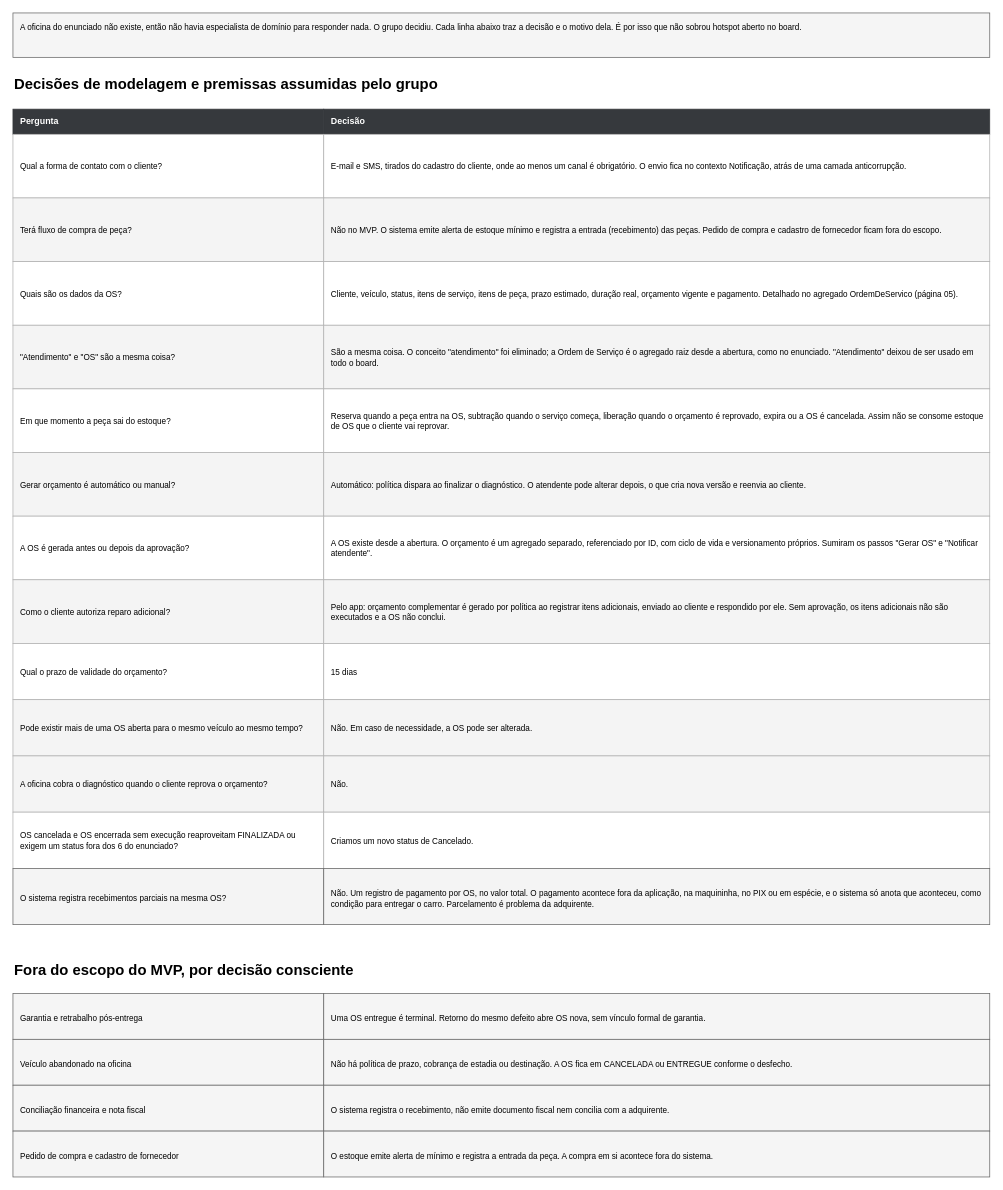
The draw.io diagram page "08 - Decisões de Modelagem e Premissas" (9 of 10) of Docs/Oficina_EventStorming_v2.drawio in mtpvieira/OficinaDigital, before the edit. Source tidied: cells renumbered, new cells numbered last; positions are measured from the earlier drawing's top-left corner, leaving out a move shared by most shapes. Both pictures are drawn from the tidied source at 74%, with x=0, y=0 at pixel (13, 13).
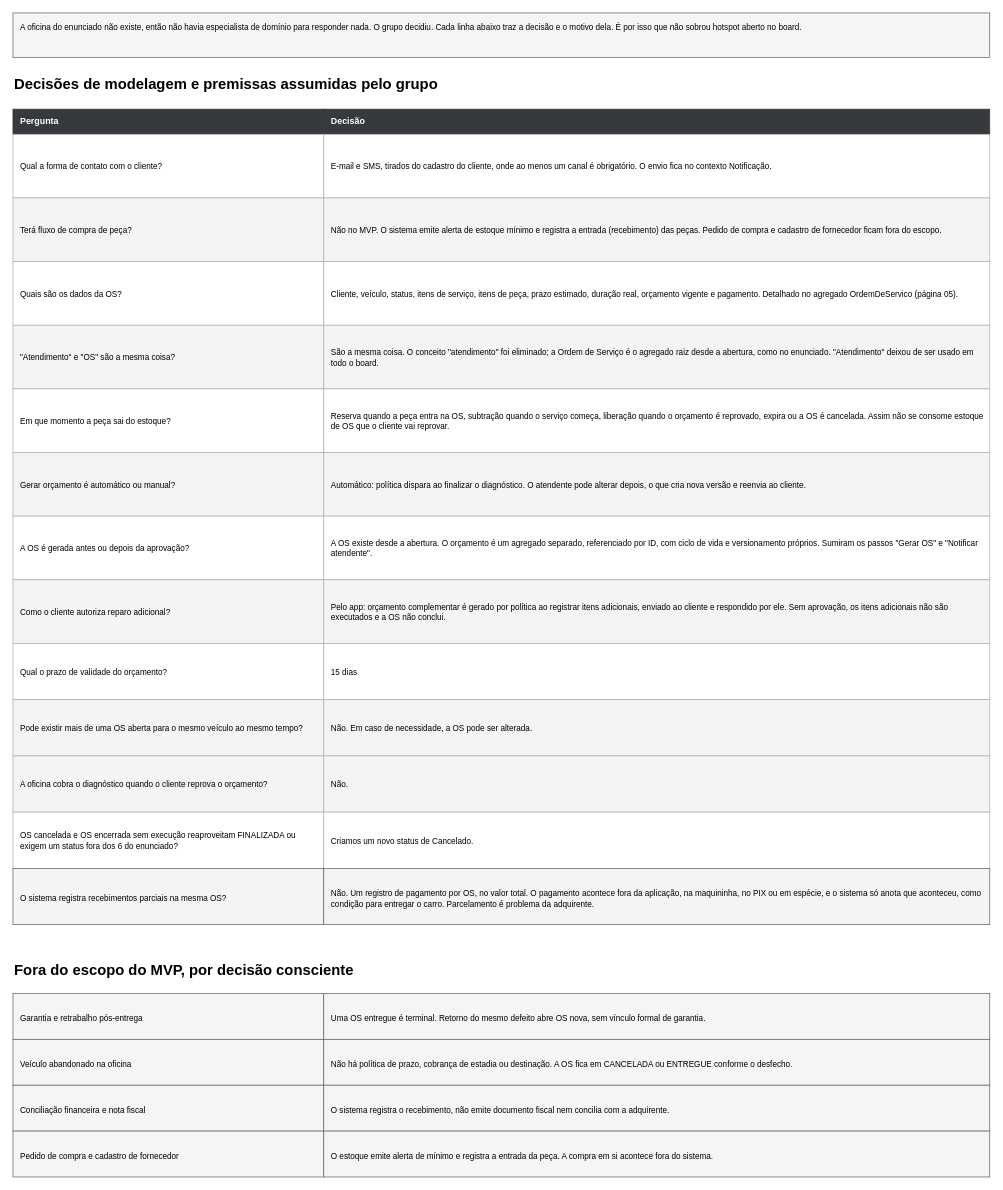
The same diagram, later.

Change to the diagram source:
```diff
@@
-    <mxCell id="6" value="E-mail e SMS, tirados do cadastro do cliente, onde ao menos um canal é obrigatório. O envio fica no contexto Notificação, atrás de uma camada anticorrupção." style="whiteSpace=wrap;html=1;fillColor=#ffffff;fontSize=11;align=left;verticalAlign=middle;spacingLeft=8;spacingTop=2;strokeColor=#b0b0b0;" parent="1" vertex="1">
+    <mxCell id="6" value="E-mail e SMS, tirados do cadastro do cliente, onde ao menos um canal é obrigatório. O envio fica no contexto Notificação." style="whiteSpace=wrap;html=1;fillColor=#ffffff;fontSize=11;align=left;verticalAlign=middle;spacingLeft=8;spacingTop=2;strokeColor=#b0b0b0;" parent="1" vertex="1">
       <mxGeometry x="420" y="164" width="900" height="86" as="geometry" />
     </mxCell>
```
